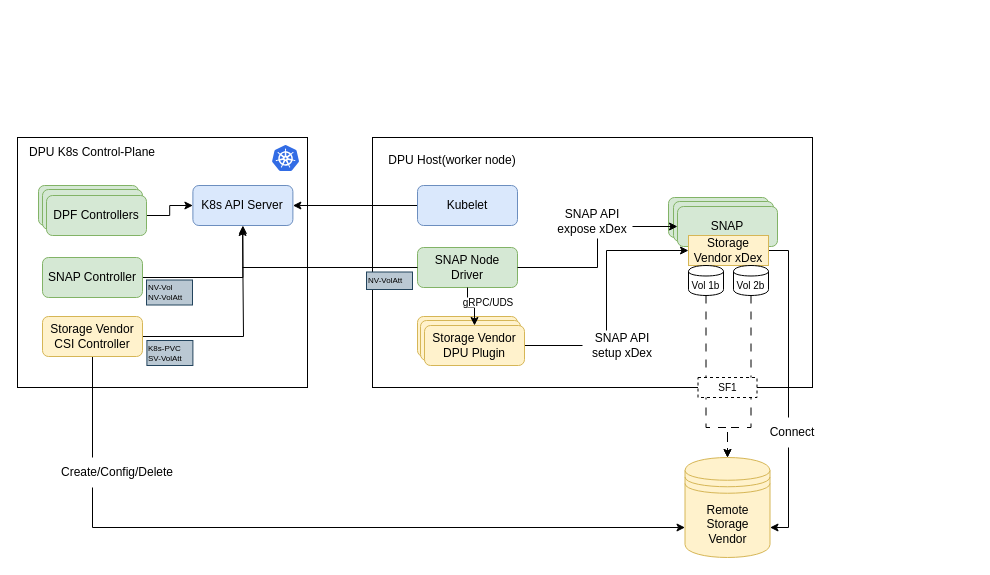
This is Untitled Diagram.drawio from wpeng102/draw, a draw.io file, before an edit. Source tidied: cells renumbered, new cells numbered last; positions are measured from the earlier drawing's top-left corner, leaving out a move shared by most shapes. Both pictures are drawn from the tidied source at 100%, with x=0, y=0 at pixel (17, 137).
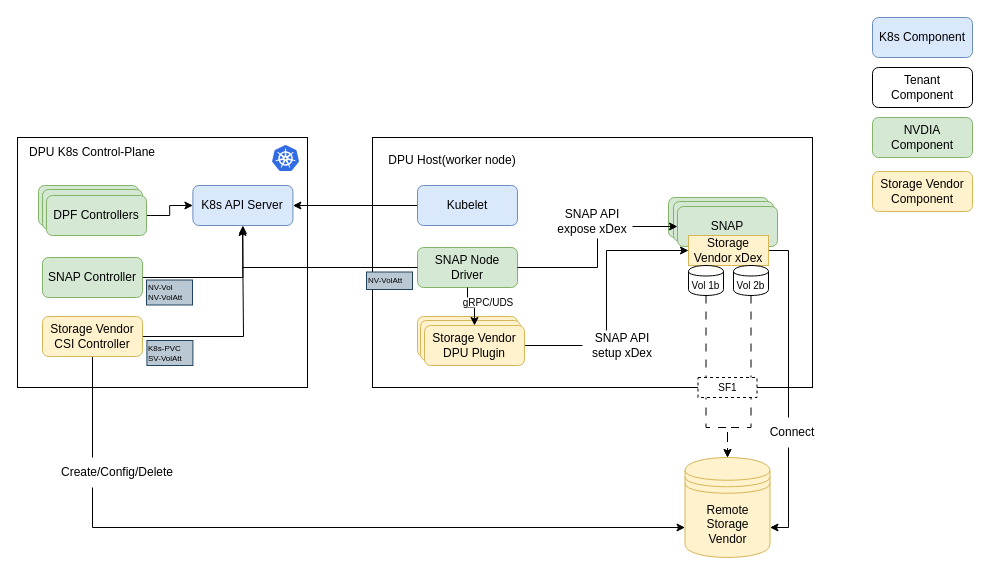
Above is the later version.

The edit, as a diff of the source:
```diff
@@
+    <mxCell id="46" value="K8s Component" style="rounded=1;whiteSpace=wrap;html=1;fillColor=#dae8fc;strokeColor=#6c8ebf;" parent="1" vertex="1">
+      <mxGeometry x="855" y="-120" width="100" height="40" as="geometry" />
+    </mxCell>
+    <mxCell id="47" value="Tenant Component" style="rounded=1;whiteSpace=wrap;html=1;" parent="1" vertex="1">
+      <mxGeometry x="855" y="-70" width="100" height="40" as="geometry" />
+    </mxCell>
+    <mxCell id="48" value="NVDIA Component" style="rounded=1;whiteSpace=wrap;html=1;fillColor=#d5e8d4;strokeColor=#82b366;" parent="1" vertex="1">
+      <mxGeometry x="855" y="-20" width="100" height="40" as="geometry" />
+    </mxCell>
+    <mxCell id="49" value="Storage Vendor Component" style="rounded=1;whiteSpace=wrap;html=1;fillColor=#fff2cc;strokeColor=#d6b656;" parent="1" vertex="1">
+      <mxGeometry x="855" y="34" width="100" height="40" as="geometry" />
+    </mxCell>
```
